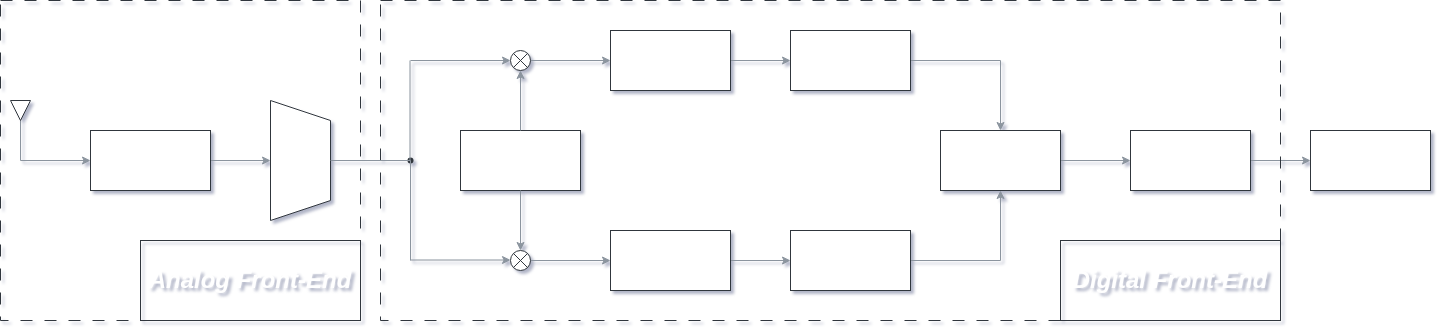
The draw.io diagram Block_Schematic.png in NicholasDelBuono/SDR-DigitalFrontEnd, before a commit. Source tidied: cells renumbered, new cells last; positions are measured from the earlier drawing's top-left corner, leaving out a move shared by most shapes.
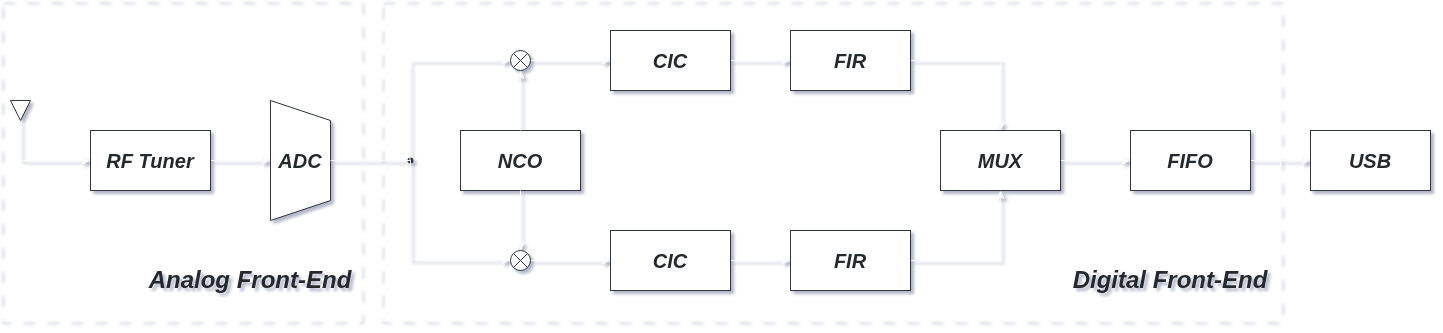
The same file after the commit.

Change to the diagram source:
```diff
@@ -2,133 +2,133 @@
   <root>
     <mxCell id="0" />
     <mxCell id="1" parent="0" />
-    <mxCell id="2" style="edgeStyle=orthogonalEdgeStyle;rounded=0;jettySize=auto;html=1;defaultLabelBackgroundColor=page;entryX=0;entryY=0.5;entryDx=0;entryDy=0;strokeColor=#8B949E;" parent="1" edge="1" source="3" target="5">
+    <mxCell id="2" style="edgeStyle=orthogonalEdgeStyle;rounded=0;jettySize=auto;html=1;defaultLabelBackgroundColor=page;entryX=0;entryY=0.5;entryDx=0;entryDy=0;strokeColor=#FAFBFC;" parent="1" edge="1" source="3" target="5">
       <mxGeometry relative="1" as="geometry">
         <Array as="points">
           <mxPoint x="20" y="160" />
         </Array>
       </mxGeometry>
     </mxCell>
-    <mxCell id="3" style="triangle;whiteSpace=wrap;html=1;shapeInside=1;rotation=90;rounded=0;strokeColor=#30363D;fontColor=#FFFFFF;" parent="1" vertex="1">
+    <mxCell id="3" style="triangle;whiteSpace=wrap;html=1;shapeInside=1;rotation=90;rounded=0;strokeColor=#30363D;fontColor=#24292E;fillColor=#FFFFFF;" parent="1" vertex="1">
       <mxGeometry x="10" y="100" width="20" height="20" as="geometry" />
     </mxCell>
-    <mxCell id="4" style="edgeStyle=orthogonalEdgeStyle;rounded=0;jettySize=auto;html=1;entryX=0;entryY=0.5;entryDx=0;entryDy=0;defaultLabelBackgroundColor=page;strokeColor=#8B949E;" parent="1" edge="1" source="5">
+    <mxCell id="4" style="edgeStyle=orthogonalEdgeStyle;rounded=0;jettySize=auto;html=1;entryX=0;entryY=0.5;entryDx=0;entryDy=0;defaultLabelBackgroundColor=page;strokeColor=#FAFBFC;" parent="1" edge="1" source="5">
       <mxGeometry relative="1" as="geometry">
         <mxPoint x="270" y="160" as="targetPoint" />
       </mxGeometry>
     </mxCell>
-    <mxCell id="5" value="&lt;font style=&quot;font-size: 20px;&quot;&gt;&lt;i&gt;&lt;b&gt;RF Tuner&lt;/b&gt;&lt;/i&gt;&lt;/font&gt;" style="rounded=0;whiteSpace=wrap;html=1;strokeColor=#30363D;fontColor=#FFFFFF;" parent="1" vertex="1">
+    <mxCell id="5" value="&lt;font style=&quot;font-size: 20px;&quot;&gt;&lt;i&gt;&lt;b&gt;RF Tuner&lt;/b&gt;&lt;/i&gt;&lt;/font&gt;" style="rounded=0;whiteSpace=wrap;html=1;strokeColor=#30363D;fontColor=#24292E;fillColor=#FFFFFF;" parent="1" vertex="1">
       <mxGeometry x="90" y="130" width="120" height="60" as="geometry" />
     </mxCell>
-    <mxCell id="6" style="edgeStyle=orthogonalEdgeStyle;rounded=0;jettySize=auto;html=1;defaultLabelBackgroundColor=page;strokeColor=#8B949E;" parent="1" edge="1" source="7" target="18">
+    <mxCell id="6" style="edgeStyle=orthogonalEdgeStyle;rounded=0;jettySize=auto;html=1;defaultLabelBackgroundColor=page;strokeColor=#FAFBFC;" parent="1" edge="1" source="7" target="18">
       <mxGeometry relative="1" as="geometry" />
     </mxCell>
-    <mxCell id="7" value="&lt;font style=&quot;font-size: 20px;&quot;&gt;&lt;i&gt;&lt;b&gt;CIC&lt;/b&gt;&lt;/i&gt;&lt;/font&gt;" style="rounded=0;whiteSpace=wrap;html=1;strokeColor=#30363D;fontColor=#FFFFFF;" parent="1" vertex="1">
+    <mxCell id="7" value="&lt;font style=&quot;font-size: 20px;&quot;&gt;&lt;i&gt;&lt;b&gt;CIC&lt;/b&gt;&lt;/i&gt;&lt;/font&gt;" style="rounded=0;whiteSpace=wrap;html=1;strokeColor=#30363D;fontColor=#24292E;fillColor=#FFFFFF;" parent="1" vertex="1">
       <mxGeometry x="610" y="30" width="120" height="60" as="geometry" />
     </mxCell>
-    <mxCell id="8" style="endArrow=none;html=1;rounded=0;defaultLabelBackgroundColor=page;exitDx=0;exitDy=0;strokeColor=#8B949E;" parent="1" edge="1">
+    <mxCell id="8" style="endArrow=none;html=1;rounded=0;defaultLabelBackgroundColor=page;exitDx=0;exitDy=0;strokeColor=#FAFBFC;" parent="1" edge="1">
       <mxGeometry relative="1" as="geometry">
         <mxPoint x="410" y="160" as="sourcePoint" />
         <mxPoint x="410" y="160" as="targetPoint" />
       </mxGeometry>
     </mxCell>
-    <mxCell id="9" style="edgeStyle=orthogonalEdgeStyle;rounded=0;jettySize=auto;html=1;defaultLabelBackgroundColor=page;strokeColor=#8B949E;" parent="1" edge="1" source="10" target="7">
+    <mxCell id="9" style="edgeStyle=orthogonalEdgeStyle;rounded=0;jettySize=auto;html=1;defaultLabelBackgroundColor=page;strokeColor=#FAFBFC;" parent="1" edge="1" source="10" target="7">
       <mxGeometry relative="1" as="geometry" />
     </mxCell>
-    <mxCell id="10" style="verticalLabelPosition=bottom;verticalAlign=top;html=1;shape=mxgraph.flowchart.summing_junction;labelPerimeter=1;rounded=0;strokeColor=#30363D;fontColor=#FFFFFF;" parent="1" vertex="1">
+    <mxCell id="10" style="verticalLabelPosition=bottom;verticalAlign=top;html=1;shape=mxgraph.flowchart.summing_junction;labelPerimeter=1;rounded=0;strokeColor=#30363D;fontColor=#24292E;fillColor=#FFFFFF;" parent="1" vertex="1">
       <mxGeometry x="510" y="50" width="20" height="20" as="geometry" />
     </mxCell>
-    <mxCell id="11" style="edgeStyle=orthogonalEdgeStyle;rounded=0;jettySize=auto;html=1;defaultLabelBackgroundColor=page;strokeColor=#8B949E;" parent="1" edge="1" source="12" target="14">
+    <mxCell id="11" style="edgeStyle=orthogonalEdgeStyle;rounded=0;jettySize=auto;html=1;defaultLabelBackgroundColor=page;strokeColor=#FAFBFC;" parent="1" edge="1" source="12" target="14">
       <mxGeometry relative="1" as="geometry" />
     </mxCell>
-    <mxCell id="12" style="verticalLabelPosition=bottom;verticalAlign=top;html=1;shape=mxgraph.flowchart.summing_junction;labelPerimeter=1;rounded=0;strokeColor=#30363D;fontColor=#FFFFFF;" parent="1" vertex="1">
+    <mxCell id="12" style="verticalLabelPosition=bottom;verticalAlign=top;html=1;shape=mxgraph.flowchart.summing_junction;labelPerimeter=1;rounded=0;strokeColor=#30363D;fontColor=#24292E;fillColor=#FFFFFF;" parent="1" vertex="1">
       <mxGeometry x="510" y="250" width="20" height="20" as="geometry" />
     </mxCell>
-    <mxCell id="13" style="edgeStyle=orthogonalEdgeStyle;rounded=0;jettySize=auto;html=1;defaultLabelBackgroundColor=page;strokeColor=#8B949E;" parent="1" edge="1" source="14" target="16">
+    <mxCell id="13" style="edgeStyle=orthogonalEdgeStyle;rounded=0;jettySize=auto;html=1;defaultLabelBackgroundColor=page;strokeColor=#FAFBFC;" parent="1" edge="1" source="14" target="16">
       <mxGeometry relative="1" as="geometry" />
     </mxCell>
-    <mxCell id="14" value="&lt;font style=&quot;font-size: 20px;&quot;&gt;&lt;i&gt;&lt;b&gt;CIC&lt;/b&gt;&lt;/i&gt;&lt;/font&gt;" style="rounded=0;whiteSpace=wrap;html=1;strokeColor=#30363D;fontColor=#FFFFFF;" parent="1" vertex="1">
+    <mxCell id="14" value="&lt;font style=&quot;font-size: 20px;&quot;&gt;&lt;i&gt;&lt;b&gt;CIC&lt;/b&gt;&lt;/i&gt;&lt;/font&gt;" style="rounded=0;whiteSpace=wrap;html=1;strokeColor=#30363D;fontColor=#24292E;fillColor=#FFFFFF;" parent="1" vertex="1">
       <mxGeometry x="610" y="230" width="120" height="60" as="geometry" />
     </mxCell>
-    <mxCell id="15" style="edgeStyle=orthogonalEdgeStyle;rounded=0;jettySize=auto;html=1;entryX=0.25;entryY=1;entryDx=0;entryDy=0;defaultLabelBackgroundColor=page;exitX=1;exitY=0.5;exitDx=0;exitDy=0;strokeColor=#8B949E;" parent="1" edge="1" source="16">
+    <mxCell id="15" style="edgeStyle=orthogonalEdgeStyle;rounded=0;jettySize=auto;html=1;entryX=0.25;entryY=1;entryDx=0;entryDy=0;defaultLabelBackgroundColor=page;exitX=1;exitY=0.5;exitDx=0;exitDy=0;strokeColor=#FAFBFC;" parent="1" edge="1" source="16">
       <mxGeometry x="0.17" relative="1" as="geometry">
         <mxPoint x="1000" y="190" as="targetPoint" />
       </mxGeometry>
     </mxCell>
-    <mxCell id="16" value="&lt;font style=&quot;font-size: 20px;&quot;&gt;&lt;i&gt;&lt;b&gt;FIR&lt;/b&gt;&lt;/i&gt;&lt;/font&gt;" style="rounded=0;whiteSpace=wrap;html=1;strokeColor=#30363D;fontColor=#FFFFFF;" parent="1" vertex="1">
+    <mxCell id="16" value="&lt;font style=&quot;font-size: 20px;&quot;&gt;&lt;i&gt;&lt;b&gt;FIR&lt;/b&gt;&lt;/i&gt;&lt;/font&gt;" style="rounded=0;whiteSpace=wrap;html=1;strokeColor=#30363D;fontColor=#24292E;fillColor=#FFFFFF;" parent="1" vertex="1">
       <mxGeometry x="790" y="230" width="120" height="60" as="geometry" />
     </mxCell>
-    <mxCell id="17" style="edgeStyle=orthogonalEdgeStyle;rounded=0;jettySize=auto;html=1;entryX=0.5;entryY=0;entryDx=0;entryDy=0;defaultLabelBackgroundColor=page;strokeColor=#8B949E;" parent="1" edge="1" source="18" target="24">
+    <mxCell id="17" style="edgeStyle=orthogonalEdgeStyle;rounded=0;jettySize=auto;html=1;entryX=0.5;entryY=0;entryDx=0;entryDy=0;defaultLabelBackgroundColor=page;strokeColor=#FAFBFC;" parent="1" edge="1" source="18" target="24">
       <mxGeometry relative="1" as="geometry" />
     </mxCell>
-    <mxCell id="18" value="&lt;font style=&quot;font-size: 20px;&quot;&gt;&lt;i&gt;&lt;b&gt;FIR&lt;/b&gt;&lt;/i&gt;&lt;/font&gt;" style="rounded=0;whiteSpace=wrap;html=1;strokeColor=#30363D;fontColor=#FFFFFF;" parent="1" vertex="1">
+    <mxCell id="18" value="&lt;font style=&quot;font-size: 20px;&quot;&gt;&lt;i&gt;&lt;b&gt;FIR&lt;/b&gt;&lt;/i&gt;&lt;/font&gt;" style="rounded=0;whiteSpace=wrap;html=1;strokeColor=#30363D;fontColor=#24292E;fillColor=#FFFFFF;" parent="1" vertex="1">
       <mxGeometry x="790" y="30" width="120" height="60" as="geometry" />
     </mxCell>
-    <mxCell id="19" style="edgeStyle=orthogonalEdgeStyle;rounded=0;jettySize=auto;html=1;defaultLabelBackgroundColor=page;exitX=1;exitY=0.5;exitDx=0;exitDy=0;strokeColor=#8B949E;" parent="1" edge="1" source="24" target="21">
+    <mxCell id="19" style="edgeStyle=orthogonalEdgeStyle;rounded=0;jettySize=auto;html=1;defaultLabelBackgroundColor=page;exitX=1;exitY=0.5;exitDx=0;exitDy=0;strokeColor=#FAFBFC;" parent="1" edge="1" source="24" target="21">
       <mxGeometry relative="1" as="geometry" />
     </mxCell>
-    <mxCell id="20" style="edgeStyle=orthogonalEdgeStyle;rounded=0;jettySize=auto;html=1;defaultLabelBackgroundColor=page;strokeColor=#8B949E;" parent="1" edge="1" source="21" target="22">
+    <mxCell id="20" style="edgeStyle=orthogonalEdgeStyle;rounded=0;jettySize=auto;html=1;defaultLabelBackgroundColor=page;strokeColor=#FAFBFC;" parent="1" edge="1" source="21" target="22">
       <mxGeometry relative="1" as="geometry" />
     </mxCell>
-    <mxCell id="21" value="&lt;font style=&quot;font-size: 20px;&quot;&gt;&lt;i&gt;&lt;b&gt;FIFO&lt;/b&gt;&lt;/i&gt;&lt;/font&gt;" style="rounded=0;whiteSpace=wrap;html=1;strokeColor=#30363D;fontColor=#FFFFFF;" parent="1" vertex="1">
+    <mxCell id="21" value="&lt;font style=&quot;font-size: 20px;&quot;&gt;&lt;i&gt;&lt;b&gt;FIFO&lt;/b&gt;&lt;/i&gt;&lt;/font&gt;" style="rounded=0;whiteSpace=wrap;html=1;strokeColor=#30363D;fontColor=#24292E;fillColor=#FFFFFF;" parent="1" vertex="1">
       <mxGeometry x="1130" y="130" width="120" height="60" as="geometry" />
     </mxCell>
-    <mxCell id="22" value="&lt;font style=&quot;font-size: 20px;&quot;&gt;&lt;i&gt;&lt;b&gt;USB&lt;/b&gt;&lt;/i&gt;&lt;/font&gt;" style="rounded=0;whiteSpace=wrap;html=1;strokeColor=#30363D;fontColor=#FFFFFF;" parent="1" vertex="1">
+    <mxCell id="22" value="&lt;font style=&quot;font-size: 20px;&quot;&gt;&lt;i&gt;&lt;b&gt;USB&lt;/b&gt;&lt;/i&gt;&lt;/font&gt;" style="rounded=0;whiteSpace=wrap;html=1;strokeColor=#30363D;fontColor=#24292E;fillColor=#FFFFFF;" parent="1" vertex="1">
       <mxGeometry x="1310" y="130" width="120" height="60" as="geometry" />
     </mxCell>
-    <mxCell id="23" value="&lt;font style=&quot;font-size: 20px;&quot;&gt;&lt;i&gt;&lt;b&gt;NCO&lt;/b&gt;&lt;/i&gt;&lt;/font&gt;" style="rounded=0;whiteSpace=wrap;html=1;strokeColor=#30363D;fontColor=#FFFFFF;" parent="1" vertex="1">
+    <mxCell id="23" value="&lt;font style=&quot;font-size: 20px;&quot;&gt;&lt;i&gt;&lt;b&gt;NCO&lt;/b&gt;&lt;/i&gt;&lt;/font&gt;" style="rounded=0;whiteSpace=wrap;html=1;strokeColor=#30363D;fontColor=#24292E;fillColor=#FFFFFF;" parent="1" vertex="1">
       <mxGeometry x="460" y="130" width="120" height="60" as="geometry" />
     </mxCell>
-    <mxCell id="24" value="&lt;font style=&quot;font-size: 20px;&quot;&gt;&lt;i&gt;&lt;b&gt;MUX&lt;/b&gt;&lt;/i&gt;&lt;/font&gt;" style="rounded=0;whiteSpace=wrap;html=1;strokeColor=#30363D;fontColor=#FFFFFF;" parent="1" vertex="1">
+    <mxCell id="24" value="&lt;font style=&quot;font-size: 20px;&quot;&gt;&lt;i&gt;&lt;b&gt;MUX&lt;/b&gt;&lt;/i&gt;&lt;/font&gt;" style="rounded=0;whiteSpace=wrap;html=1;strokeColor=#30363D;fontColor=#24292E;fillColor=#FFFFFF;" parent="1" vertex="1">
       <mxGeometry x="940" y="130" width="120" height="60" as="geometry" />
     </mxCell>
-    <mxCell id="25" value="&lt;font style=&quot;font-size: 20px;&quot;&gt;&lt;i&gt;&lt;b&gt;ADC&lt;/b&gt;&lt;/i&gt;&lt;/font&gt;" style="shape=trapezoid;perimeter=trapezoidPerimeter;whiteSpace=wrap;html=1;shapeInside=1;fixedSize=1;direction=south;rounded=0;strokeColor=#30363D;fontColor=#FFFFFF;" parent="1" vertex="1">
+    <mxCell id="25" value="&lt;font style=&quot;font-size: 20px;&quot;&gt;&lt;i&gt;&lt;b&gt;ADC&lt;/b&gt;&lt;/i&gt;&lt;/font&gt;" style="shape=trapezoid;perimeter=trapezoidPerimeter;whiteSpace=wrap;html=1;shapeInside=1;fixedSize=1;direction=south;rounded=0;strokeColor=#30363D;fontColor=#24292E;fillColor=#FFFFFF;" parent="1" vertex="1">
       <mxGeometry x="270" y="100" width="60" height="120" as="geometry" />
     </mxCell>
-    <mxCell id="26" style="rounded=0;whiteSpace=wrap;html=1;dashed=1;dashPattern=12 12;fillColor=none;strokeColor=#30363D;fontColor=#FFFFFF;" parent="1" vertex="1">
+    <mxCell id="26" style="rounded=0;whiteSpace=wrap;html=1;dashed=1;dashPattern=12 12;fillColor=none;strokeColor=#FAFBFC;fontColor=#FAFBFC;" parent="1" vertex="1">
       <mxGeometry width="360" height="320" as="geometry" />
     </mxCell>
-    <mxCell id="27" style="rounded=0;whiteSpace=wrap;html=1;dashed=1;dashPattern=12 12;fillColor=none;strokeColor=#30363D;fontColor=#FFFFFF;" parent="1" vertex="1">
+    <mxCell id="27" style="rounded=0;whiteSpace=wrap;html=1;dashed=1;dashPattern=12 12;fillColor=none;strokeColor=#FAFBFC;fontColor=#FAFBFC;" parent="1" vertex="1">
       <mxGeometry x="380" width="900" height="320" as="geometry" />
     </mxCell>
-    <mxCell id="28" style="endArrow=classic;html=1;rounded=0;defaultLabelBackgroundColor=page;entryX=0;entryY=0.5;entryDx=0;entryDy=0;entryPerimeter=0;strokeColor=#8B949E;" parent="1" edge="1" target="10">
+    <mxCell id="28" style="endArrow=classic;html=1;rounded=0;defaultLabelBackgroundColor=page;entryX=0;entryY=0.5;entryDx=0;entryDy=0;entryPerimeter=0;strokeColor=#FAFBFC;" parent="1" edge="1" target="10">
       <mxGeometry relative="1" as="geometry">
         <mxPoint x="410" y="60" as="sourcePoint" />
       </mxGeometry>
     </mxCell>
-    <mxCell id="29" style="endArrow=classic;html=1;rounded=0;defaultLabelBackgroundColor=page;entryX=0;entryY=0.5;entryDx=0;entryDy=0;entryPerimeter=0;strokeColor=#8B949E;" parent="1" edge="1">
+    <mxCell id="29" style="endArrow=classic;html=1;rounded=0;defaultLabelBackgroundColor=page;entryX=0;entryY=0.5;entryDx=0;entryDy=0;entryPerimeter=0;strokeColor=#FAFBFC;" parent="1" edge="1">
       <mxGeometry relative="1" as="geometry">
         <mxPoint x="410" y="259.5" as="sourcePoint" />
         <mxPoint x="510" y="259.5" as="targetPoint" />
       </mxGeometry>
     </mxCell>
-    <mxCell id="30" style="edgeStyle=orthogonalEdgeStyle;rounded=0;jettySize=auto;html=1;entryX=0.5;entryY=0;entryDx=0;entryDy=0;entryPerimeter=0;defaultLabelBackgroundColor=page;strokeColor=#8B949E;" parent="1" edge="1" source="23" target="12">
+    <mxCell id="30" style="edgeStyle=orthogonalEdgeStyle;rounded=0;jettySize=auto;html=1;entryX=0.5;entryY=0;entryDx=0;entryDy=0;entryPerimeter=0;defaultLabelBackgroundColor=page;strokeColor=#FAFBFC;" parent="1" edge="1" source="23" target="12">
       <mxGeometry relative="1" as="geometry" />
     </mxCell>
-    <mxCell id="31" style="edgeStyle=orthogonalEdgeStyle;rounded=0;jettySize=auto;html=1;entryX=0.5;entryY=1;entryDx=0;entryDy=0;entryPerimeter=0;defaultLabelBackgroundColor=page;strokeColor=#8B949E;" parent="1" edge="1" source="23" target="10">
+    <mxCell id="31" style="edgeStyle=orthogonalEdgeStyle;rounded=0;jettySize=auto;html=1;entryX=0.5;entryY=1;entryDx=0;entryDy=0;entryPerimeter=0;defaultLabelBackgroundColor=page;strokeColor=#FAFBFC;" parent="1" edge="1" source="23" target="10">
       <mxGeometry relative="1" as="geometry" />
     </mxCell>
-    <mxCell id="32" style="shape=waypoint;size=6;points=[];fillColor=none;perimeter=centerPerimeter;snapToPoint=1;rounded=0;strokeColor=#30363D;fontColor=#FFFFFF;" parent="1" vertex="1">
+    <mxCell id="32" style="shape=waypoint;size=6;points=[];fillColor=#FFFFFF;perimeter=centerPerimeter;snapToPoint=1;rounded=0;strokeColor=#30363D;fontColor=#24292E;" parent="1" vertex="1">
       <mxGeometry x="400" y="150" width="20" height="20" as="geometry" />
     </mxCell>
-    <mxCell id="33" style="endArrow=none;html=1;rounded=0;defaultLabelBackgroundColor=page;strokeColor=#8B949E;" parent="1" edge="1" target="32">
+    <mxCell id="33" style="endArrow=none;html=1;rounded=0;defaultLabelBackgroundColor=page;strokeColor=#FAFBFC;" parent="1" edge="1" target="32">
       <mxGeometry relative="1" as="geometry">
         <mxPoint x="410" y="260" as="sourcePoint" />
       </mxGeometry>
     </mxCell>
-    <mxCell id="34" style="endArrow=none;html=1;rounded=0;defaultLabelBackgroundColor=page;strokeColor=#8B949E;" parent="1" edge="1">
+    <mxCell id="34" style="endArrow=none;html=1;rounded=0;defaultLabelBackgroundColor=page;strokeColor=#FAFBFC;" parent="1" edge="1">
       <mxGeometry relative="1" as="geometry">
         <mxPoint x="409.5" y="160" as="sourcePoint" />
         <mxPoint x="409.5" y="60" as="targetPoint" />
       </mxGeometry>
     </mxCell>
-    <mxCell id="35" style="endArrow=none;html=1;rounded=0;defaultLabelBackgroundColor=page;entryX=0.5;entryY=0;entryDx=0;entryDy=0;exitX=0.053;exitY=0.63;exitDx=0;exitDy=0;exitPerimeter=0;strokeColor=#8B949E;" parent="1" edge="1" source="32" target="25">
+    <mxCell id="35" style="endArrow=none;html=1;rounded=0;defaultLabelBackgroundColor=page;entryX=0.5;entryY=0;entryDx=0;entryDy=0;exitX=0.053;exitY=0.63;exitDx=0;exitDy=0;exitPerimeter=0;strokeColor=#FAFBFC;" parent="1" edge="1" source="32" target="25">
       <mxGeometry relative="1" as="geometry" />
     </mxCell>
-    <mxCell id="36" value="&lt;font style=&quot;font-size: 24px;&quot;&gt;&lt;i style=&quot;&quot;&gt;&lt;b&gt;Digital Front-End&lt;/b&gt;&lt;/i&gt;&lt;/font&gt;" style="text;html=1;whiteSpace=wrap;strokeColor=#30363D;fillColor=none;align=center;verticalAlign=middle;rounded=0;fontColor=#FFFFFF;" parent="1" vertex="1">
+    <mxCell id="36" value="&lt;font style=&quot;font-size: 24px;&quot;&gt;&lt;i style=&quot;&quot;&gt;&lt;b&gt;Digital Front-End&lt;/b&gt;&lt;/i&gt;&lt;/font&gt;" style="text;html=1;whiteSpace=wrap;strokeColor=none;fillColor=none;align=center;verticalAlign=middle;rounded=0;fontColor=#24292E;" parent="1" vertex="1">
       <mxGeometry x="1060" y="240" width="220" height="80" as="geometry" />
     </mxCell>
-    <mxCell id="37" value="&lt;font style=&quot;font-size: 24px;&quot;&gt;&lt;i style=&quot;&quot;&gt;&lt;b&gt;Analog Front-End&lt;/b&gt;&lt;/i&gt;&lt;/font&gt;" style="text;html=1;whiteSpace=wrap;strokeColor=#30363D;fillColor=none;align=center;verticalAlign=middle;rounded=0;fontColor=#FFFFFF;" parent="1" vertex="1">
+    <mxCell id="37" value="&lt;font style=&quot;font-size: 24px;&quot;&gt;&lt;i style=&quot;&quot;&gt;&lt;b&gt;Analog Front-End&lt;/b&gt;&lt;/i&gt;&lt;/font&gt;" style="text;html=1;whiteSpace=wrap;strokeColor=none;fillColor=none;align=center;verticalAlign=middle;rounded=0;fontColor=#24292E;" parent="1" vertex="1">
       <mxGeometry x="140" y="240" width="220" height="80" as="geometry" />
     </mxCell>
   </root>
```
